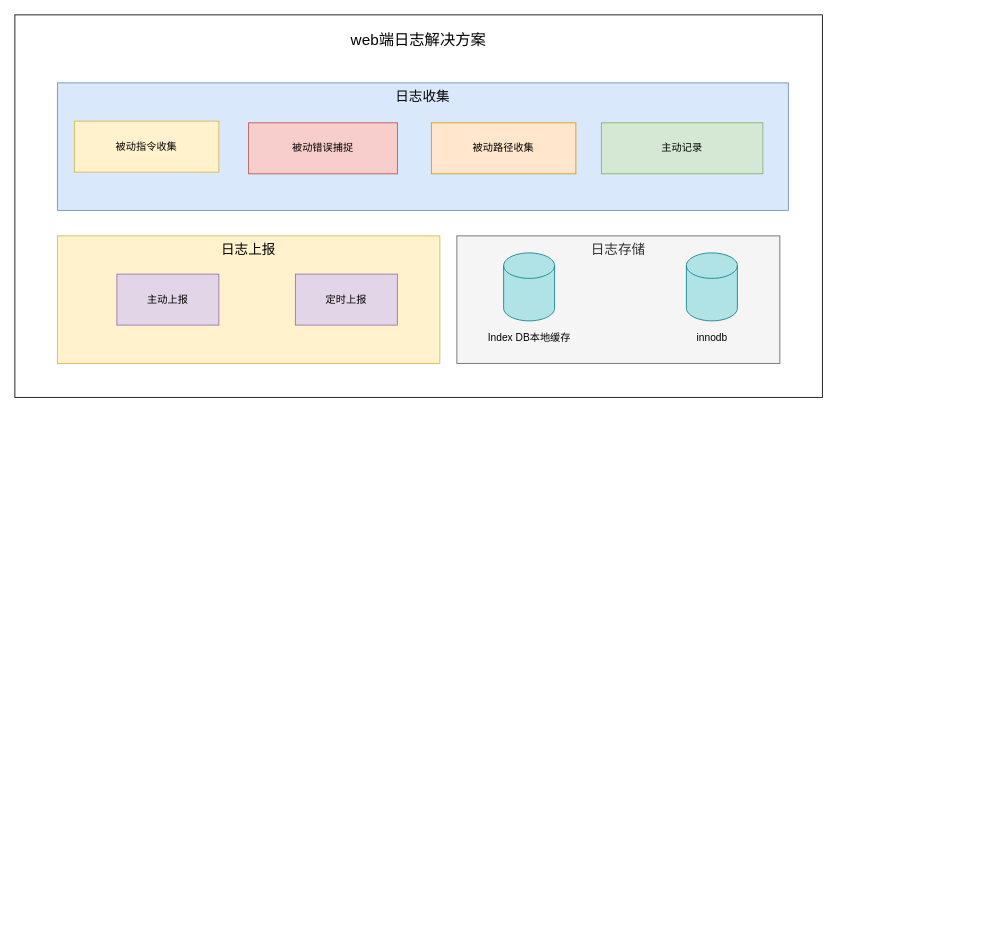
Before: Untitled Diagram.drawio in meterXu/drawiofile, a draw.io diagram. Source tidied: cells renumbered, new cells numbered last; positions are measured from the earlier drawing's top-left corner, leaving out a move shared by most shapes. Both pictures are drawn from the tidied source at 85%, with x=0, y=0 at pixel (14, 14).
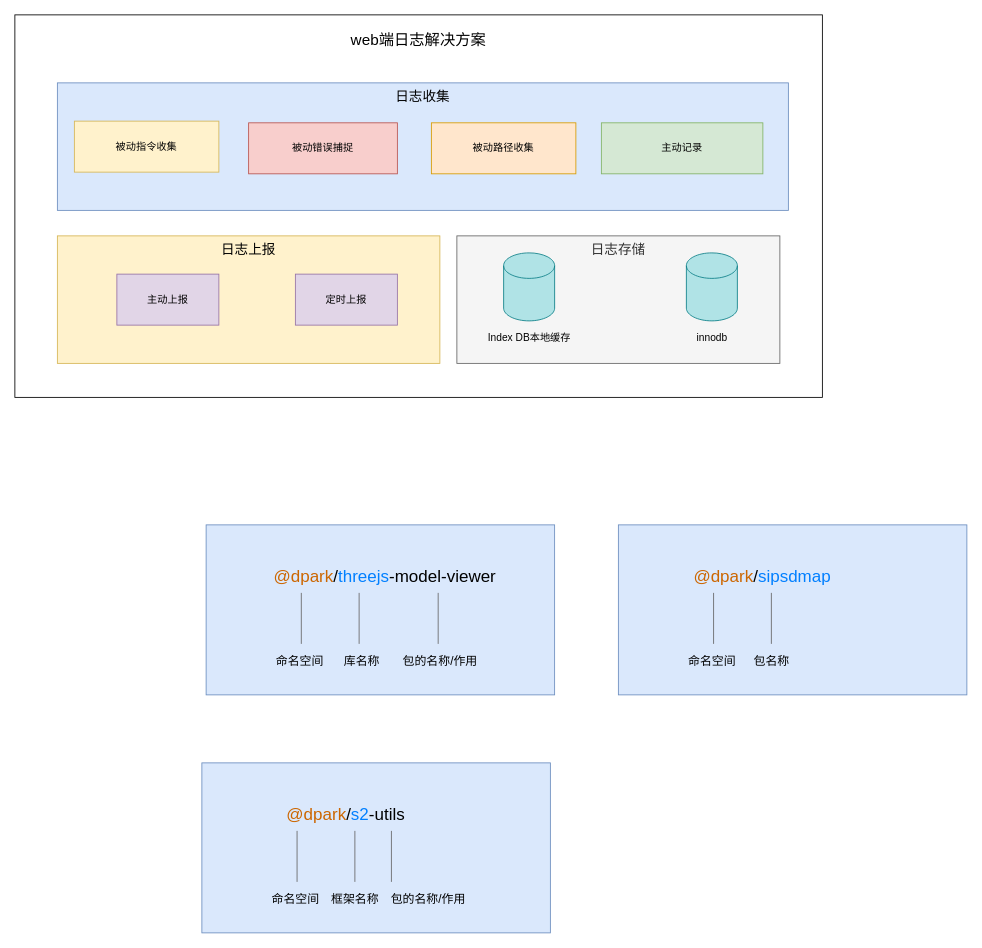
The same diagram, later.

Diff of the diagram source:
```diff
@@
+    <mxCell id="17" style="text;whiteSpace=wrap;html=1;fillColor=#dae8fc;strokeColor=#6c8ebf;" parent="1" vertex="1">
+      <mxGeometry x="225" y="600" width="410" height="200" as="geometry" />
+    </mxCell>
+    <mxCell id="18" value="&lt;font style=&quot;font-size: 20px&quot;&gt;&lt;font color=&quot;#cc6600&quot;&gt;@dpark&lt;/font&gt;/&lt;font color=&quot;#007fff&quot;&gt;threejs&lt;/font&gt;-model-viewer&lt;/font&gt;" style="text;html=1;align=center;verticalAlign=middle;" parent="1" vertex="1">
+      <mxGeometry x="295" y="650" width="280" height="20" as="geometry" />
+    </mxCell>
+    <mxCell id="19" style="endArrow=none;html=1;strokeColor=#666666;" parent="1" edge="1">
+      <mxGeometry relative="1" as="geometry">
+        <mxPoint x="337" y="740" as="sourcePoint" />
+        <mxPoint x="337" y="680" as="targetPoint" />
+      </mxGeometry>
+    </mxCell>
+    <mxCell id="20" value="&lt;font style=&quot;font-size: 14px&quot;&gt;命名空间&lt;/font&gt;" style="text;html=1;align=center;verticalAlign=middle;" parent="1" vertex="1">
+      <mxGeometry x="300" y="750" width="70" height="20" as="geometry" />
+    </mxCell>
+    <mxCell id="21" style="endArrow=none;html=1;strokeColor=#666666;" parent="1" edge="1">
+      <mxGeometry relative="1" as="geometry">
+        <mxPoint x="405" y="740" as="sourcePoint" />
+        <mxPoint x="405" y="680" as="targetPoint" />
+      </mxGeometry>
+    </mxCell>
+    <mxCell id="22" value="&lt;span style=&quot;font-size: 14px&quot;&gt;库名称&lt;/span&gt;" style="text;html=1;align=center;verticalAlign=middle;" parent="1" vertex="1">
+      <mxGeometry x="378" y="750" width="60" height="20" as="geometry" />
+    </mxCell>
+    <mxCell id="23" style="endArrow=none;html=1;strokeColor=#666666;" parent="1" edge="1">
+      <mxGeometry relative="1" as="geometry">
+        <mxPoint x="498" y="740" as="sourcePoint" />
+        <mxPoint x="498" y="680" as="targetPoint" />
+      </mxGeometry>
+    </mxCell>
+    <mxCell id="24" value="&lt;span style=&quot;font-size: 14px&quot;&gt;包的名称/作用&lt;/span&gt;" style="text;html=1;align=center;verticalAlign=middle;" parent="1" vertex="1">
+      <mxGeometry x="450" y="750" width="100" height="20" as="geometry" />
+    </mxCell>
+    <mxCell id="25" style="text;whiteSpace=wrap;html=1;fillColor=#dae8fc;strokeColor=#6c8ebf;" parent="1" vertex="1">
+      <mxGeometry x="220" y="880" width="410" height="200" as="geometry" />
+    </mxCell>
+    <mxCell id="26" value="&lt;font style=&quot;font-size: 20px&quot;&gt;&lt;font color=&quot;#cc6600&quot;&gt;@dpark&lt;/font&gt;/&lt;font color=&quot;#007fff&quot;&gt;s2&lt;/font&gt;-utils&lt;/font&gt;" style="text;html=1;align=center;verticalAlign=middle;" parent="1" vertex="1">
+      <mxGeometry x="314" y="930" width="150" height="20" as="geometry" />
+    </mxCell>
+    <mxCell id="27" style="endArrow=none;html=1;strokeColor=#666666;" parent="1" edge="1">
+      <mxGeometry relative="1" as="geometry">
+        <mxPoint x="332" y="1020" as="sourcePoint" />
+        <mxPoint x="332" y="960" as="targetPoint" />
+      </mxGeometry>
+    </mxCell>
+    <mxCell id="28" value="&lt;font style=&quot;font-size: 14px&quot;&gt;命名空间&lt;/font&gt;" style="text;html=1;align=center;verticalAlign=middle;" parent="1" vertex="1">
+      <mxGeometry x="295" y="1030" width="70" height="20" as="geometry" />
+    </mxCell>
+    <mxCell id="29" style="endArrow=none;html=1;strokeColor=#666666;" parent="1" edge="1">
+      <mxGeometry relative="1" as="geometry">
+        <mxPoint x="400" y="1020" as="sourcePoint" />
+        <mxPoint x="400" y="960" as="targetPoint" />
+      </mxGeometry>
+    </mxCell>
+    <mxCell id="30" value="&lt;span style=&quot;font-size: 14px&quot;&gt;框架名称&lt;/span&gt;" style="text;html=1;align=center;verticalAlign=middle;" parent="1" vertex="1">
+      <mxGeometry x="365" y="1030" width="70" height="20" as="geometry" />
+    </mxCell>
+    <mxCell id="31" style="endArrow=none;html=1;strokeColor=#666666;" parent="1" edge="1">
+      <mxGeometry relative="1" as="geometry">
+        <mxPoint x="443" y="1020" as="sourcePoint" />
+        <mxPoint x="443" y="960" as="targetPoint" />
+      </mxGeometry>
+    </mxCell>
+    <mxCell id="32" value="&lt;span style=&quot;font-size: 14px&quot;&gt;包的名称/作用&lt;/span&gt;" style="text;html=1;align=center;verticalAlign=middle;" parent="1" vertex="1">
+      <mxGeometry x="436" y="1030" width="100" height="20" as="geometry" />
+    </mxCell>
+    <mxCell id="33" style="text;whiteSpace=wrap;html=1;fillColor=#dae8fc;strokeColor=#6c8ebf;" parent="1" vertex="1">
+      <mxGeometry x="710" y="600" width="410" height="200" as="geometry" />
+    </mxCell>
+    <mxCell id="34" value="&lt;font style=&quot;font-size: 20px&quot;&gt;&lt;font color=&quot;#cc6600&quot;&gt;@dpark&lt;/font&gt;/&lt;font color=&quot;#007fff&quot;&gt;sipsdmap&lt;/font&gt;&lt;/font&gt;" style="text;html=1;align=center;verticalAlign=middle;" parent="1" vertex="1">
+      <mxGeometry x="789" y="650" width="180" height="20" as="geometry" />
+    </mxCell>
+    <mxCell id="35" style="endArrow=none;html=1;strokeColor=#666666;" parent="1" edge="1">
+      <mxGeometry relative="1" as="geometry">
+        <mxPoint x="822" y="740" as="sourcePoint" />
+        <mxPoint x="822" y="680" as="targetPoint" />
+      </mxGeometry>
+    </mxCell>
+    <mxCell id="36" value="&lt;font style=&quot;font-size: 14px&quot;&gt;命名空间&lt;/font&gt;" style="text;html=1;align=center;verticalAlign=middle;" parent="1" vertex="1">
+      <mxGeometry x="785" y="750" width="70" height="20" as="geometry" />
+    </mxCell>
+    <mxCell id="37" style="endArrow=none;html=1;strokeColor=#666666;" parent="1" edge="1">
+      <mxGeometry relative="1" as="geometry">
+        <mxPoint x="890" y="740" as="sourcePoint" />
+        <mxPoint x="890" y="680" as="targetPoint" />
+      </mxGeometry>
+    </mxCell>
+    <mxCell id="38" value="&lt;span style=&quot;font-size: 14px&quot;&gt;包名称&lt;/span&gt;" style="text;html=1;align=center;verticalAlign=middle;" parent="1" vertex="1">
+      <mxGeometry x="860" y="750" width="60" height="20" as="geometry" />
+    </mxCell>
```
